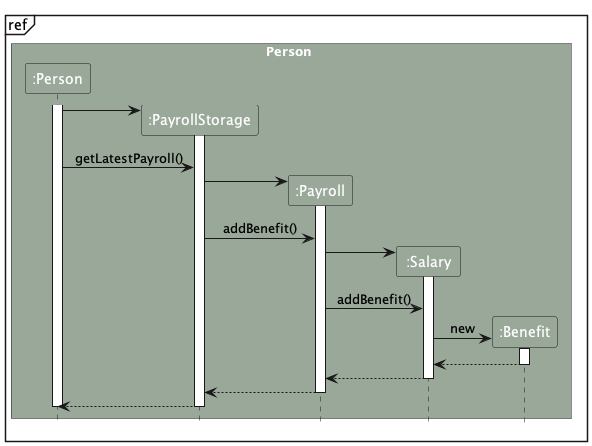
This is docs/images/AddBenefitSequenceDiagram2.png from nus-cs2103-AY2324S1/tp, a PlantUML export, as it was before one commit.
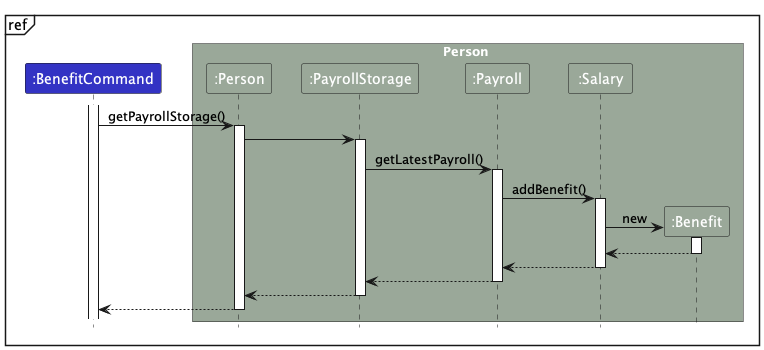
Later version of the same file.

What changed in the source:
```diff
@@ -3,6 +3,9 @@
 skinparam ArrowFontStyle plain
 
 mainframe ref
+
+participant ":BenefitCommand" as BenefitCommand LOGIC_COLOR
+
 box Person PERSON_COLOR
 participant ":Person" as Person PERSON_COLOR
 participant ":PayrollStorage" as PayrollStorage PERSON_COLOR
@@ -11,23 +14,24 @@
 participant ":Benefit" as Benefit PERSON_COLOR
 end box
 
+activate BenefitCommand
+BenefitCommand -> Person : getPayrollStorage()
 activate Person
 
 
-create PayrollStorage
 Person -> PayrollStorage
 activate PayrollStorage
 
-Person -> PayrollStorage : getLatestPayroll()
-create Payroll
-PayrollStorage -> Payroll :
+
+PayrollStorage -> Payroll : getLatestPayroll()
 activate Payroll
 
-PayrollStorage -> Payroll : addBenefit()
-create Salary
-Payroll -> Salary :
+
+
+
+Payroll -> Salary : addBenefit()
 activate Salary
-Payroll -> Salary : addBenefit()
+
 create Benefit
 Salary -> Benefit : new
 activate Benefit
@@ -35,11 +39,13 @@
 deactivate Benefit
 Salary --> Payroll :
 deactivate Salary
+
 Payroll --> PayrollStorage :
 deactivate Payroll
 PayrollStorage --> Person :
 deactivate PayrollStorage
 
+Person --> BenefitCommand :
 deactivate Person
 
 @enduml
```
